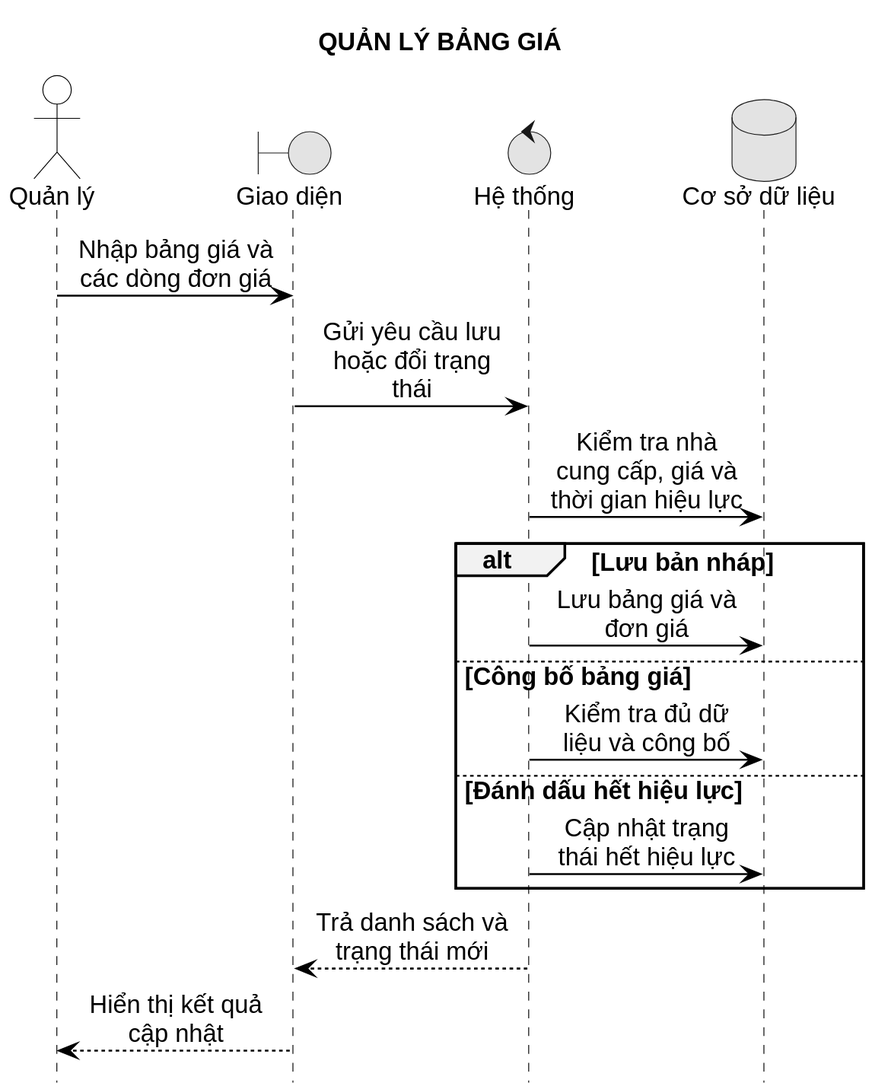
The PlantUML diagram LVTN/diagrams/ch03/sequence-manage-pricing.svg in Miikey24s/gtas_vpp, before a commit.
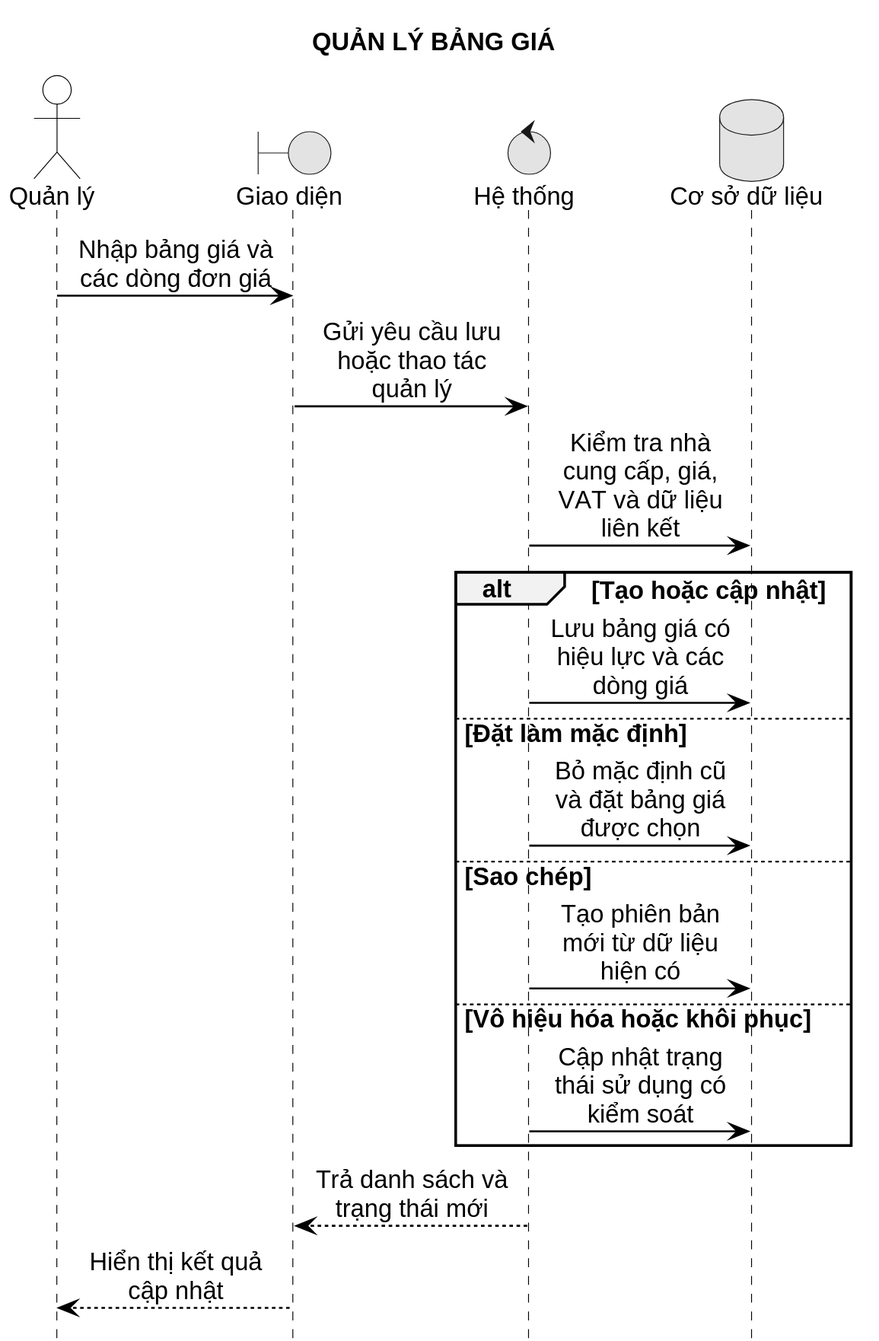
Above is the later version.

Diff of the diagram source:
```diff
@@ -8,15 +8,17 @@
 database "Cơ sở dữ liệu" as DB
 
 Manager -> UI : Nhập bảng giá và các dòng đơn giá
-UI -> System : Gửi yêu cầu lưu hoặc đổi trạng thái
-System -> DB : Kiểm tra nhà cung cấp, giá và thời gian hiệu lực
+UI -> System : Gửi yêu cầu lưu hoặc thao tác quản lý
+System -> DB : Kiểm tra nhà cung cấp, giá, VAT và dữ liệu liên kết
 
-alt Lưu bản nháp
-  System -> DB : Lưu bảng giá và đơn giá
-else Công bố bảng giá
-  System -> DB : Kiểm tra đủ dữ liệu và công bố
-else Đánh dấu hết hiệu lực
-  System -> DB : Cập nhật trạng thái hết hiệu lực
+alt Tạo hoặc cập nhật
+  System -> DB : Lưu bảng giá có hiệu lực và các dòng giá
+else Đặt làm mặc định
+  System -> DB : Bỏ mặc định cũ và đặt bảng giá được chọn
+else Sao chép
+  System -> DB : Tạo phiên bản mới từ dữ liệu hiện có
+else Vô hiệu hóa hoặc khôi phục
+  System -> DB : Cập nhật trạng thái sử dụng có kiểm soát
 end
 System --> UI : Trả danh sách và trạng thái mới
 UI --> Manager : Hiển thị kết quả cập nhật
```
